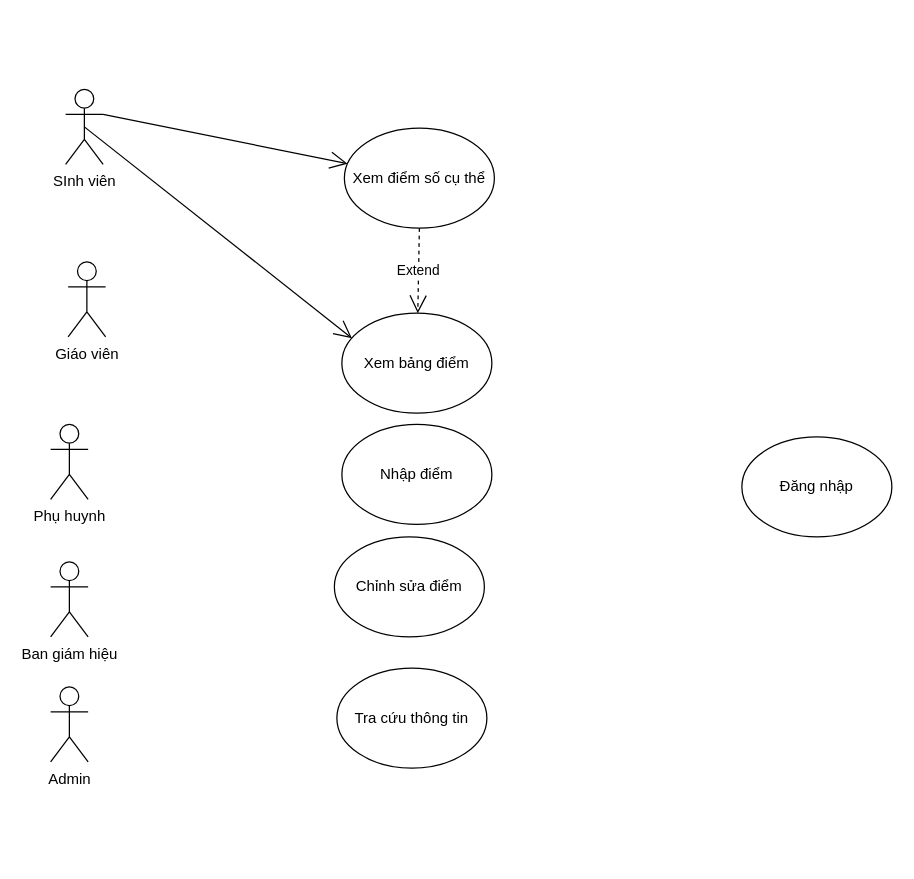
This is QuanlydiemcuatruongPTTH.drawio from NgoAnhThanThien/thanthien123, a draw.io file, before an edit. Source tidied: cells renumbered, new cells numbered last; positions are measured from the earlier drawing's top-left corner, leaving out a move shared by most shapes. Both pictures are drawn from the tidied source at 125%, with x=0, y=0 at pixel (50, 89).
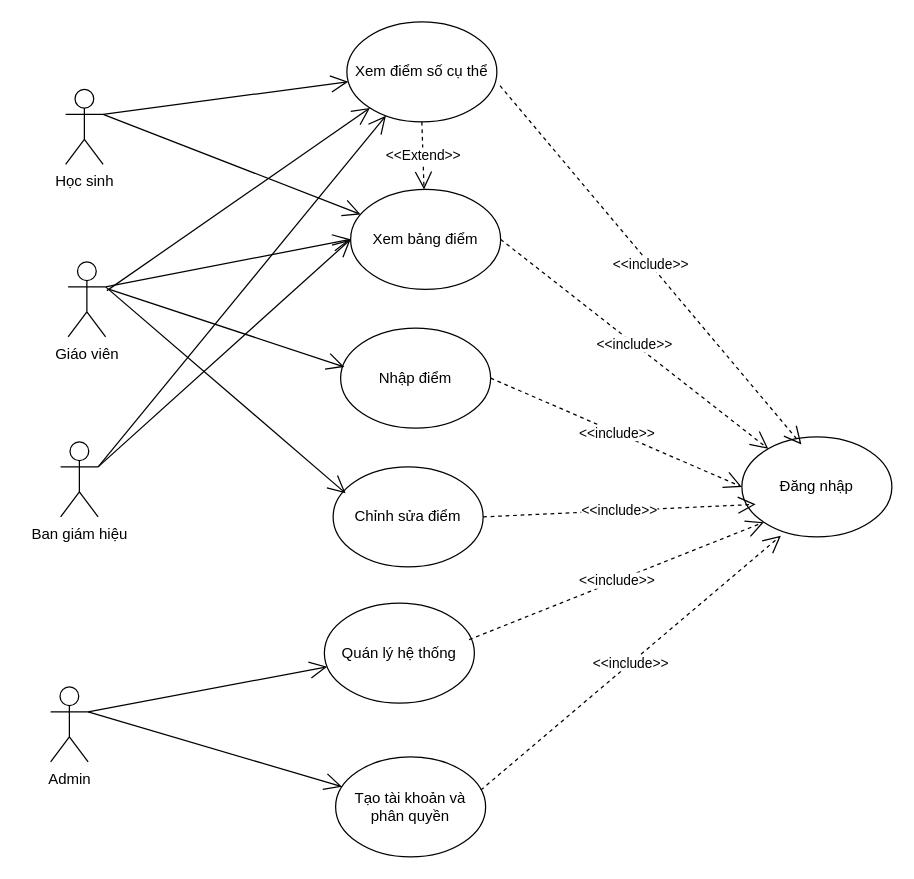
After the change.

Unchanged cells that the change refers to:
```xml
<mxCell id="3" value="Giáo viên" style="shape=umlActor;verticalLabelPosition=bottom;verticalAlign=top;html=1;outlineConnect=0;labelBackgroundColor=none;" parent="1" vertex="1">
  <mxGeometry x="14" y="138" width="30" height="60" as="geometry" />
</mxCell>
<mxCell id="6" value="Admin" style="shape=umlActor;verticalLabelPosition=bottom;verticalAlign=top;html=1;outlineConnect=0;labelBackgroundColor=none;" parent="1" vertex="1">
  <mxGeometry y="478" width="30" height="60" as="geometry" />
</mxCell>
<mxCell id="12" value="Đăng nhập" style="ellipse;whiteSpace=wrap;html=1;" parent="1" vertex="1">
  <mxGeometry x="553" y="278" width="120" height="80" as="geometry" />
</mxCell>
```

The edit, as a diff of the source:
```diff
@@
-    <mxCell id="2" value="SInh viên" style="shape=umlActor;verticalLabelPosition=bottom;verticalAlign=top;html=1;outlineConnect=0;labelBackgroundColor=none;" parent="1" vertex="1">
+    <mxCell id="2" value="Học sinh" style="shape=umlActor;verticalLabelPosition=bottom;verticalAlign=top;html=1;outlineConnect=0;labelBackgroundColor=none;" parent="1" vertex="1">
       <mxGeometry x="12" width="30" height="60" as="geometry" />
     </mxCell>
@@
-    <mxCell id="4" value="Phụ huynh" style="shape=umlActor;verticalLabelPosition=bottom;verticalAlign=top;html=1;labelBackgroundColor=none;" parent="1" vertex="1">
-      <mxGeometry y="268" width="30" height="60" as="geometry" />
-    </mxCell>
     <mxCell id="5" value="Ban giám hiệu" style="shape=umlActor;verticalLabelPosition=bottom;verticalAlign=top;html=1;outlineConnect=0;labelBackgroundColor=none;" parent="1" vertex="1">
-      <mxGeometry y="378" width="30" height="60" as="geometry" />
+      <mxGeometry x="8" y="282" width="30" height="60" as="geometry" />
     </mxCell>
@@
     <mxCell id="7" value="Xem điểm số cụ thể" style="ellipse;whiteSpace=wrap;html=1;labelBackgroundColor=none;" parent="1" vertex="1">
-      <mxGeometry x="235" y="31" width="120" height="80" as="geometry" />
+      <mxGeometry x="237" y="-54" width="120" height="80" as="geometry" />
     </mxCell>
     <mxCell id="8" value="Xem bảng điểm" style="ellipse;whiteSpace=wrap;html=1;labelBackgroundColor=none;" parent="1" vertex="1">
-      <mxGeometry x="233" y="179" width="120" height="80" as="geometry" />
+      <mxGeometry x="240" y="80" width="120" height="80" as="geometry" />
     </mxCell>
     <mxCell id="9" value="Chỉnh sửa điểm" style="ellipse;whiteSpace=wrap;html=1;" parent="1" vertex="1">
-      <mxGeometry x="227" y="358" width="120" height="80" as="geometry" />
+      <mxGeometry x="226" y="302" width="120" height="80" as="geometry" />
     </mxCell>
-    <mxCell id="10" value="Tra cứu thông tin" style="ellipse;whiteSpace=wrap;html=1;" parent="1" vertex="1">
-      <mxGeometry x="229" y="463" width="120" height="80" as="geometry" />
-    </mxCell>
     <mxCell id="11" value="Nhập điểm" style="ellipse;whiteSpace=wrap;html=1;" parent="1" vertex="1">
-      <mxGeometry x="233" y="268" width="120" height="80" as="geometry" />
+      <mxGeometry x="232" y="191" width="120" height="80" as="geometry" />
     </mxCell>
@@
-    <mxCell id="14" style="endArrow=open;endFill=1;endSize=12;html=1;rounded=0;exitX=0.5;exitY=0.5;exitDx=0;exitDy=0;exitPerimeter=0;entryX=0.067;entryY=0.25;entryDx=0;entryDy=0;entryPerimeter=0;" parent="1" edge="1" source="2" target="8">
+    <mxCell id="14" style="endArrow=open;endFill=1;endSize=12;html=1;rounded=0;entryX=0.067;entryY=0.25;entryDx=0;entryDy=0;entryPerimeter=0;exitX=1;exitY=0.3333333333333333;exitDx=0;exitDy=0;exitPerimeter=0;" parent="1" edge="1" source="2" target="8">
       <mxGeometry relative="1" as="geometry" />
     </mxCell>
-    <mxCell id="15" value="Extend" style="endArrow=open;endSize=12;dashed=1;html=1;rounded=0;exitX=0.5;exitY=1;exitDx=0;exitDy=0;" parent="1" edge="1" source="7" target="8">
+    <mxCell id="15" value="&amp;lt;&amp;lt;Extend&amp;gt;&amp;gt;" style="endArrow=open;endSize=12;dashed=1;html=1;rounded=0;exitX=0.5;exitY=1;exitDx=0;exitDy=0;" parent="1" edge="1" source="7" target="8">
       <mxGeometry relative="1" as="geometry" />
     </mxCell>
+    <mxCell id="16" style="endArrow=open;endFill=1;endSize=12;html=1;rounded=0;exitX=1;exitY=0.3333333333333333;exitDx=0;exitDy=0;exitPerimeter=0;entryX=0;entryY=0.5;entryDx=0;entryDy=0;" parent="1" edge="1" source="3" target="8">
+      <mxGeometry relative="1" as="geometry" />
+    </mxCell>
+    <mxCell id="17" style="endArrow=open;endFill=1;endSize=12;html=1;rounded=0;" parent="1" edge="1" target="7">
+      <mxGeometry relative="1" as="geometry">
+        <mxPoint x="45" y="161" as="sourcePoint" />
+      </mxGeometry>
+    </mxCell>
+    <mxCell id="18" style="endArrow=open;endFill=1;endSize=12;html=1;rounded=0;entryX=0.025;entryY=0.388;entryDx=0;entryDy=0;entryPerimeter=0;" parent="1" edge="1" target="11">
+      <mxGeometry relative="1" as="geometry">
+        <mxPoint x="47" y="160" as="sourcePoint" />
+      </mxGeometry>
+    </mxCell>
+    <mxCell id="19" style="endArrow=open;endFill=1;endSize=12;html=1;rounded=0;exitX=1;exitY=0.3333333333333333;exitDx=0;exitDy=0;exitPerimeter=0;entryX=0.083;entryY=0.263;entryDx=0;entryDy=0;entryPerimeter=0;" parent="1" edge="1" source="3" target="9">
+      <mxGeometry relative="1" as="geometry" />
+    </mxCell>
+    <mxCell id="20" value="Quán lý hệ thống" style="ellipse;whiteSpace=wrap;html=1;" parent="1" vertex="1">
+      <mxGeometry x="219" y="411" width="120" height="80" as="geometry" />
+    </mxCell>
+    <mxCell id="21" value="Tạo tài khoản và phân quyền" style="ellipse;whiteSpace=wrap;html=1;" parent="1" vertex="1">
+      <mxGeometry x="228" y="534" width="120" height="80" as="geometry" />
+    </mxCell>
+    <mxCell id="22" value="&amp;lt;&amp;lt;include&amp;gt;&amp;gt;" style="endArrow=open;endSize=12;dashed=1;html=1;rounded=0;exitX=1;exitY=0.5;exitDx=0;exitDy=0;" parent="1" edge="1" source="8" target="12">
+      <mxGeometry relative="1" as="geometry" />
+    </mxCell>
+    <mxCell id="23" value="&amp;lt;&amp;lt;include&amp;gt;&amp;gt;" style="endArrow=open;endSize=12;dashed=1;html=1;rounded=0;exitX=1;exitY=0.5;exitDx=0;exitDy=0;entryX=0;entryY=0.5;entryDx=0;entryDy=0;" parent="1" edge="1" source="11" target="12">
+      <mxGeometry relative="1" as="geometry" />
+    </mxCell>
+    <mxCell id="24" value="&amp;lt;&amp;lt;include&amp;gt;&amp;gt;" style="endArrow=open;endSize=12;dashed=1;html=1;rounded=0;exitX=1.021;exitY=0.638;exitDx=0;exitDy=0;exitPerimeter=0;entryX=0.397;entryY=0.076;entryDx=0;entryDy=0;entryPerimeter=0;" parent="1" edge="1" source="7" target="12">
+      <mxGeometry relative="1" as="geometry" />
+    </mxCell>
+    <mxCell id="25" value="&amp;lt;&amp;lt;include&amp;gt;&amp;gt;" style="endArrow=open;endSize=12;dashed=1;html=1;rounded=0;exitX=1;exitY=0.5;exitDx=0;exitDy=0;" parent="1" edge="1" source="9">
+      <mxGeometry relative="1" as="geometry">
+        <mxPoint x="564" y="332" as="targetPoint" />
+      </mxGeometry>
+    </mxCell>
+    <mxCell id="26" value="&amp;lt;&amp;lt;include&amp;gt;&amp;gt;" style="endArrow=open;endSize=12;dashed=1;html=1;rounded=0;exitX=0.965;exitY=0.365;exitDx=0;exitDy=0;exitPerimeter=0;entryX=0;entryY=1;entryDx=0;entryDy=0;" parent="1" edge="1" source="20" target="12">
+      <mxGeometry relative="1" as="geometry" />
+    </mxCell>
+    <mxCell id="27" value="&amp;lt;&amp;lt;include&amp;gt;&amp;gt;" style="endArrow=open;endSize=12;dashed=1;html=1;rounded=0;exitX=0.968;exitY=0.332;exitDx=0;exitDy=0;exitPerimeter=0;entryX=0.26;entryY=0.988;entryDx=0;entryDy=0;entryPerimeter=0;" parent="1" edge="1" source="21" target="12">
+      <mxGeometry relative="1" as="geometry" />
+    </mxCell>
+    <mxCell id="28" style="endArrow=open;endFill=1;endSize=12;html=1;rounded=0;exitX=1;exitY=0.3333333333333333;exitDx=0;exitDy=0;exitPerimeter=0;entryX=0;entryY=0.5;entryDx=0;entryDy=0;" parent="1" edge="1" source="5" target="8">
+      <mxGeometry relative="1" as="geometry" />
+    </mxCell>
+    <mxCell id="29" style="endArrow=open;endFill=1;endSize=12;html=1;rounded=0;exitX=1;exitY=0.3333333333333333;exitDx=0;exitDy=0;exitPerimeter=0;" parent="1" edge="1" source="5" target="7">
+      <mxGeometry relative="1" as="geometry" />
+    </mxCell>
+    <mxCell id="30" style="endArrow=open;endFill=1;endSize=12;html=1;rounded=0;exitX=1;exitY=0.3333333333333333;exitDx=0;exitDy=0;exitPerimeter=0;" parent="1" edge="1" source="6" target="20">
+      <mxGeometry relative="1" as="geometry" />
+    </mxCell>
+    <mxCell id="31" style="endArrow=open;endFill=1;endSize=12;html=1;rounded=0;exitX=1;exitY=0.3333333333333333;exitDx=0;exitDy=0;exitPerimeter=0;" parent="1" edge="1" source="6" target="21">
+      <mxGeometry relative="1" as="geometry" />
+    </mxCell>
```
